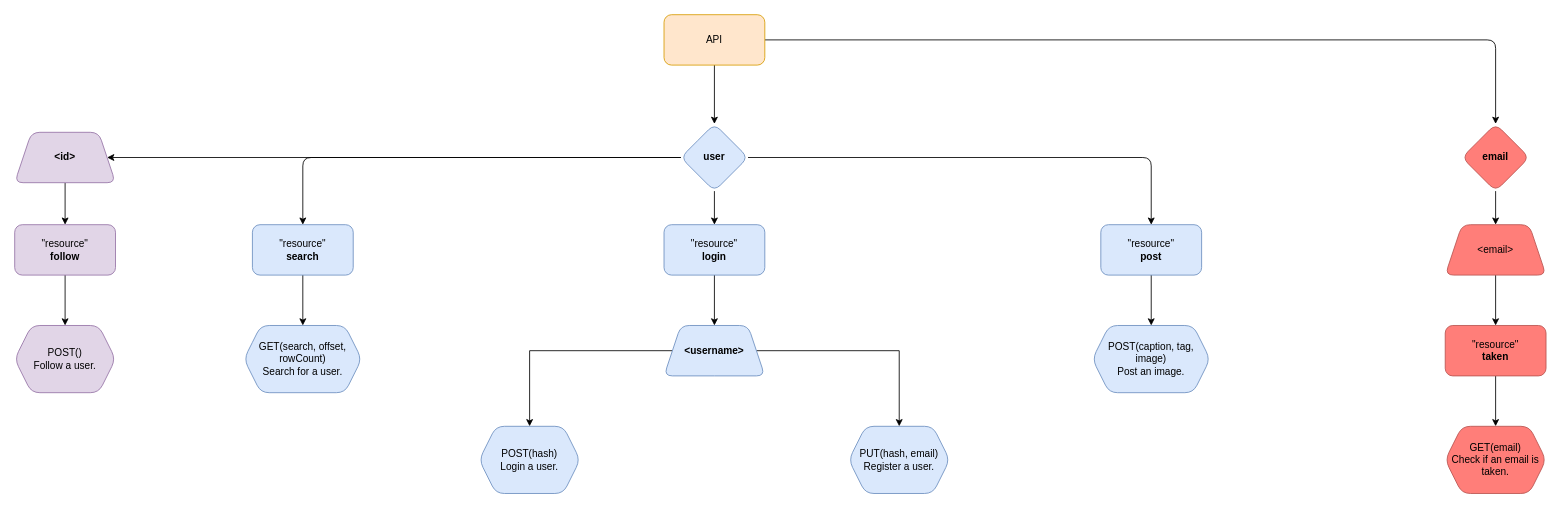
Before: Back End/api/API Diagram.drawio in A-French-PngHash/Bestagram, a draw.io diagram. Source tidied: cells renumbered, new cells numbered last; positions are measured from the earlier drawing's top-left corner, leaving out a move shared by most shapes. Both pictures are drawn from the tidied source at 84%, with x=0, y=0 at pixel (14, 14).
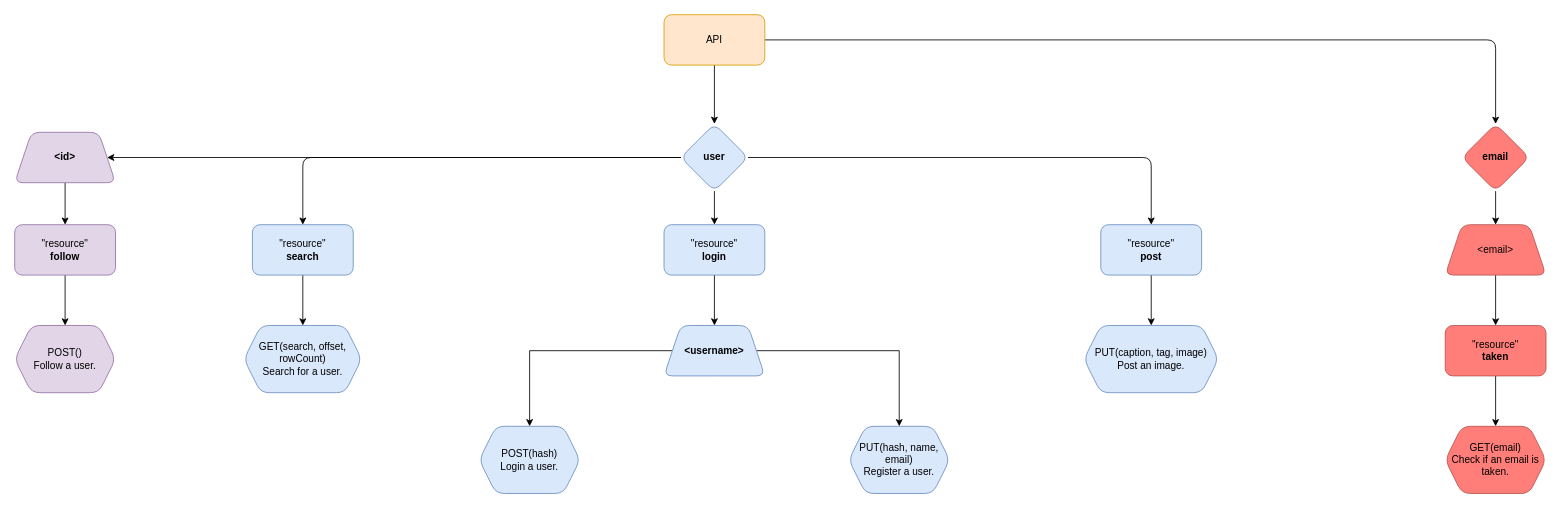
The same page after the edit.

Commit message (it also covers changes not shown here):
Updated API documentation. It is now easier to understand. Added svg image of the api diagram.

Diff of the diagram source:
```diff
@@
-    <mxCell id="18" value="&lt;div&gt;PUT(hash, email)&lt;/div&gt;&lt;div&gt;Register a user.&lt;/div&gt;" style="shape=hexagon;perimeter=hexagonPerimeter2;whiteSpace=wrap;html=1;fixedSize=1;strokeColor=#6c8ebf;fillColor=#dae8fc;rounded=1;" parent="1" vertex="1">
+    <mxCell id="18" value="&lt;div&gt;PUT(hash, name, email)&lt;/div&gt;&lt;div&gt;Register a user.&lt;/div&gt;" style="shape=hexagon;perimeter=hexagonPerimeter2;whiteSpace=wrap;html=1;fixedSize=1;strokeColor=#6c8ebf;fillColor=#dae8fc;rounded=1;" parent="1" vertex="1">
       <mxGeometry x="993" y="490" width="120" height="80" as="geometry" />
     </mxCell>
-    <mxCell id="19" value="&lt;div&gt;POST(caption, tag, image)&lt;/div&gt;&lt;div&gt;Post an image.&lt;/div&gt;" style="shape=hexagon;perimeter=hexagonPerimeter2;whiteSpace=wrap;html=1;fixedSize=1;strokeColor=#6c8ebf;fillColor=#dae8fc;rounded=1;" parent="1" vertex="1">
-      <mxGeometry x="1283" y="370" width="140" height="80" as="geometry" />
+    <mxCell id="19" value="&lt;div&gt;PUT(caption, tag, image)&lt;/div&gt;&lt;div&gt;Post an image.&lt;/div&gt;" style="shape=hexagon;perimeter=hexagonPerimeter2;whiteSpace=wrap;html=1;fixedSize=1;strokeColor=#6c8ebf;fillColor=#dae8fc;rounded=1;" parent="1" vertex="1">
+      <mxGeometry x="1273" y="370" width="160" height="80" as="geometry" />
     </mxCell>
```
